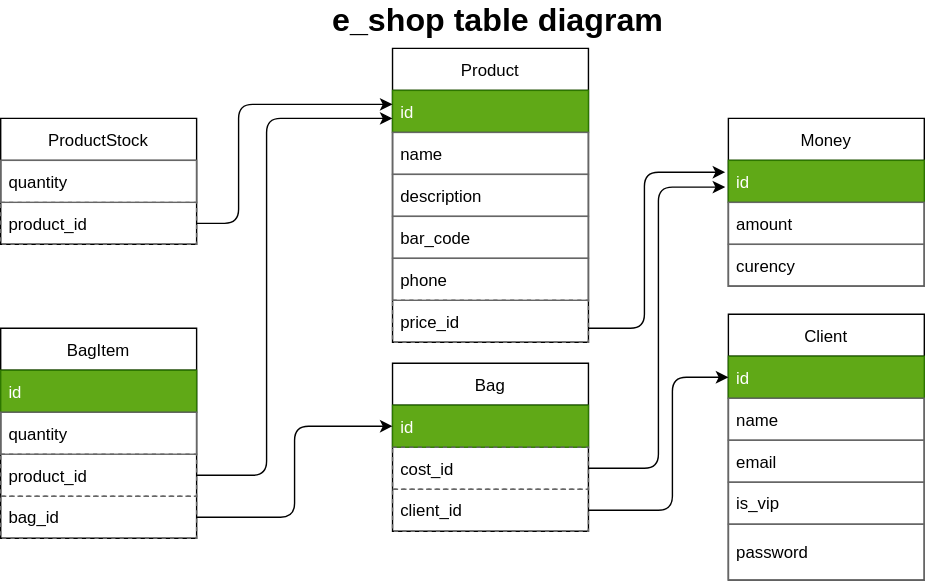
The draw.io diagram e-shop/overview/img1.drawio.svg in Staver37/Django, before a commit. Source tidied: cells renumbered, new cells last; positions are measured from the earlier drawing's top-left corner, leaving out a move shared by most shapes. The source it was exported from:
```xml
<mxGraphModel background="#ffffff">
  <root>
    <mxCell id="0" />
    <mxCell id="1" parent="0" />
    <mxCell id="2" value="BagItem" style="swimlane;fontStyle=0;horizontal=1;startSize=30;swimlaneFillColor=default;" parent="1" vertex="1">
      <mxGeometry y="230" width="140" height="150" as="geometry" />
    </mxCell>
    <mxCell id="3" value="id" style="text;strokeColor=#2D7600;fillColor=#60a917;align=left;verticalAlign=middle;spacingLeft=4;spacingRight=4;overflow=hidden;fontColor=#ffffff;" parent="2" vertex="1">
      <mxGeometry y="30" width="140" height="30" as="geometry" />
    </mxCell>
    <mxCell id="4" value="quantity" style="text;strokeColor=#666666;fillColor=none;align=left;verticalAlign=middle;spacingLeft=4;spacingRight=4;overflow=hidden;" parent="2" vertex="1">
      <mxGeometry y="60" width="140" height="30" as="geometry" />
    </mxCell>
    <mxCell id="5" value="product_id" style="text;strokeColor=#666666;fillColor=none;align=left;verticalAlign=middle;spacingLeft=4;spacingRight=4;overflow=hidden;points=[[0,0.5],[1,0.5]];portConstraint=eastwest;dashed=1;" parent="2" vertex="1">
      <mxGeometry y="90" width="140" height="30" as="geometry" />
    </mxCell>
    <mxCell id="6" value="bag_id" style="text;strokeColor=#666666;fillColor=none;align=left;verticalAlign=middle;spacingLeft=4;spacingRight=4;overflow=hidden;dashed=1;" parent="2" vertex="1">
      <mxGeometry y="120" width="140" height="30" as="geometry" />
    </mxCell>
    <mxCell id="7" value="ProductStock" style="swimlane;fontStyle=0;horizontal=1;startSize=30;swimlaneFillColor=default;" parent="1" vertex="1">
      <mxGeometry y="80" width="140" height="90" as="geometry" />
    </mxCell>
    <mxCell id="8" value="quantity" style="text;strokeColor=#666666;fillColor=none;align=left;verticalAlign=middle;spacingLeft=4;spacingRight=4;overflow=hidden;" parent="7" vertex="1">
      <mxGeometry y="30" width="140" height="30" as="geometry" />
    </mxCell>
    <mxCell id="9" value="product_id" style="text;strokeColor=#666666;fillColor=none;align=left;verticalAlign=middle;spacingLeft=4;spacingRight=4;overflow=hidden;points=[[0,0.5],[1,0.5]];portConstraint=eastwest;dashed=1;" parent="7" vertex="1">
      <mxGeometry y="60" width="140" height="30" as="geometry" />
    </mxCell>
    <mxCell id="10" value="Product" style="swimlane;fontStyle=0;horizontal=1;startSize=30;gradientColor=none;swimlaneFillColor=default;" parent="1" vertex="1">
      <mxGeometry x="280" y="30" width="140" height="210" as="geometry" />
    </mxCell>
    <mxCell id="11" value="id" style="text;strokeColor=#2D7600;fillColor=#60a917;align=left;verticalAlign=middle;spacingLeft=4;spacingRight=4;overflow=hidden;points=[[0,0.5],[1,0.5]];portConstraint=eastwest;fontColor=#ffffff;" parent="10" vertex="1">
      <mxGeometry y="30" width="140" height="30" as="geometry" />
    </mxCell>
    <mxCell id="12" value="name" style="text;strokeColor=#666666;fillColor=none;align=left;verticalAlign=middle;spacingLeft=4;spacingRight=4;overflow=hidden;" parent="10" vertex="1">
      <mxGeometry y="60" width="140" height="30" as="geometry" />
    </mxCell>
    <mxCell id="13" value="description" style="text;strokeColor=#666666;fillColor=none;align=left;verticalAlign=middle;spacingLeft=4;spacingRight=4;overflow=hidden;" parent="10" vertex="1">
      <mxGeometry y="90" width="140" height="30" as="geometry" />
    </mxCell>
    <mxCell id="14" value="bar_code" style="text;strokeColor=#666666;fillColor=none;align=left;verticalAlign=middle;spacingLeft=4;spacingRight=4;overflow=hidden;" parent="10" vertex="1">
      <mxGeometry y="120" width="140" height="30" as="geometry" />
    </mxCell>
    <mxCell id="15" value="phone" style="text;strokeColor=#666666;fillColor=none;align=left;verticalAlign=middle;spacingLeft=4;spacingRight=4;overflow=hidden;" parent="10" vertex="1">
      <mxGeometry y="150" width="140" height="30" as="geometry" />
    </mxCell>
    <mxCell id="16" value="price_id" style="text;strokeColor=#666666;fillColor=none;align=left;verticalAlign=middle;spacingLeft=4;spacingRight=4;overflow=hidden;points=[[0,0.5],[1,0.5]];portConstraint=eastwest;dashed=1;" parent="10" vertex="1">
      <mxGeometry y="180" width="140" height="30" as="geometry" />
    </mxCell>
    <mxCell id="17" value="Money" style="swimlane;fontStyle=0;horizontal=1;startSize=30;swimlaneFillColor=default;" parent="1" vertex="1">
      <mxGeometry x="520" y="80" width="140" height="120" as="geometry" />
    </mxCell>
    <mxCell id="18" value="id" style="text;strokeColor=#2D7600;fillColor=#60a917;align=left;verticalAlign=middle;spacingLeft=4;spacingRight=4;overflow=hidden;points=[[0,0.5],[1,0.5]];portConstraint=eastwest;fontColor=#ffffff;" parent="17" vertex="1">
      <mxGeometry y="30" width="140" height="30" as="geometry" />
    </mxCell>
    <mxCell id="19" value="amount" style="text;strokeColor=#666666;fillColor=none;align=left;verticalAlign=middle;spacingLeft=4;spacingRight=4;overflow=hidden;" parent="17" vertex="1">
      <mxGeometry y="60" width="140" height="30" as="geometry" />
    </mxCell>
    <mxCell id="20" value="curency" style="text;strokeColor=#666666;fillColor=none;align=left;verticalAlign=middle;spacingLeft=4;spacingRight=4;overflow=hidden;" parent="17" vertex="1">
      <mxGeometry y="90" width="140" height="30" as="geometry" />
    </mxCell>
    <mxCell id="21" value="Client" style="swimlane;fontStyle=0;horizontal=1;startSize=30;swimlaneFillColor=default;" parent="1" vertex="1">
      <mxGeometry x="520" y="220" width="140" height="190" as="geometry" />
    </mxCell>
    <mxCell id="22" value="id" style="text;strokeColor=#2D7600;fillColor=#60a917;align=left;verticalAlign=middle;spacingLeft=4;spacingRight=4;overflow=hidden;points=[[0,0.5],[1,0.5]];portConstraint=eastwest;fontColor=#ffffff;" parent="21" vertex="1">
      <mxGeometry y="30" width="140" height="30" as="geometry" />
    </mxCell>
    <mxCell id="23" value="name" style="text;strokeColor=#666666;fillColor=none;align=left;verticalAlign=middle;spacingLeft=4;spacingRight=4;overflow=hidden;" parent="21" vertex="1">
      <mxGeometry y="60" width="140" height="30" as="geometry" />
    </mxCell>
    <mxCell id="24" value="email" style="text;strokeColor=#666666;fillColor=none;align=left;verticalAlign=middle;spacingLeft=4;spacingRight=4;overflow=hidden;" parent="21" vertex="1">
      <mxGeometry y="90" width="140" height="30" as="geometry" />
    </mxCell>
    <mxCell id="25" value="is_vip" style="text;strokeColor=#666666;fillColor=none;align=left;verticalAlign=middle;spacingLeft=4;spacingRight=4;overflow=hidden;" parent="21" vertex="1">
      <mxGeometry y="120" width="140" height="30" as="geometry" />
    </mxCell>
    <mxCell id="26" value="password" style="text;strokeColor=#666666;fillColor=none;align=left;verticalAlign=middle;spacingLeft=4;spacingRight=4;overflow=hidden;" parent="21" vertex="1">
      <mxGeometry y="150" width="140" height="40" as="geometry" />
    </mxCell>
    <mxCell id="27" value="Bag" style="swimlane;fontStyle=0;horizontal=1;startSize=30;swimlaneFillColor=default;" parent="1" vertex="1">
      <mxGeometry x="280" y="255" width="140" height="120" as="geometry" />
    </mxCell>
    <mxCell id="28" value="id" style="text;strokeColor=#2D7600;fillColor=#60a917;align=left;verticalAlign=middle;spacingLeft=4;spacingRight=4;overflow=hidden;points=[[0,0.5],[1,0.5]];portConstraint=eastwest;fontColor=#ffffff;" parent="27" vertex="1">
      <mxGeometry y="30" width="140" height="30" as="geometry" />
    </mxCell>
    <mxCell id="29" value="cost_id" style="text;strokeColor=#666666;fillColor=none;align=left;verticalAlign=middle;spacingLeft=4;spacingRight=4;overflow=hidden;points=[[0,0.5],[1,0.5]];portConstraint=eastwest;labelBackgroundColor=none;dashed=1;" parent="27" vertex="1">
      <mxGeometry y="60" width="140" height="30" as="geometry" />
    </mxCell>
    <mxCell id="30" value="client_id" style="text;strokeColor=#666666;fillColor=none;align=left;verticalAlign=middle;spacingLeft=4;spacingRight=4;overflow=hidden;points=[[0,0.5],[1,0.5]];portConstraint=eastwest;dashed=1;" parent="27" vertex="1">
      <mxGeometry y="90" width="140" height="30" as="geometry" />
    </mxCell>
    <mxCell id="31" style="edgeStyle=elbowEdgeStyle;elbow=horizontal;endArrow=classic;html=1;entryX=0;entryY=0.333;entryDx=0;entryDy=0;entryPerimeter=0;" parent="1" edge="1" source="9" target="11">
      <mxGeometry relative="1" as="geometry">
        <Array as="points">
          <mxPoint x="170" y="110" />
        </Array>
      </mxGeometry>
    </mxCell>
    <mxCell id="32" style="edgeStyle=elbowEdgeStyle;elbow=horizontal;endArrow=classic;html=1;exitX=1;exitY=0.5;exitDx=0;exitDy=0;entryX=0;entryY=0.667;entryDx=0;entryDy=0;entryPerimeter=0;" parent="1" edge="1" source="5" target="11">
      <mxGeometry relative="1" as="geometry">
        <Array as="points">
          <mxPoint x="190" y="190" />
          <mxPoint x="200" y="5" />
        </Array>
      </mxGeometry>
    </mxCell>
    <mxCell id="33" style="edgeStyle=elbowEdgeStyle;elbow=horizontal;endArrow=classic;html=1;entryX=0;entryY=0.5;entryDx=0;entryDy=0;" parent="1" edge="1" source="30" target="22">
      <mxGeometry relative="1" as="geometry">
        <Array as="points">
          <mxPoint x="480" y="310" />
        </Array>
      </mxGeometry>
    </mxCell>
    <mxCell id="34" style="edgeStyle=elbowEdgeStyle;elbow=horizontal;endArrow=classic;html=1;entryX=0;entryY=0.5;entryDx=0;entryDy=0;" parent="1" edge="1" target="28">
      <mxGeometry relative="1" as="geometry">
        <mxPoint x="140" y="365" as="sourcePoint" />
      </mxGeometry>
    </mxCell>
    <mxCell id="35" value="&lt;b&gt;&lt;font style=&quot;font-size: 23px&quot;&gt;e_shop table diagram&lt;/font&gt;&lt;/b&gt;" style="text;html=1;align=center;verticalAlign=middle;labelBorderColor=none;labelBackgroundColor=none;fillColor=default;" parent="1" vertex="1">
      <mxGeometry x="230" width="250" height="20" as="geometry" />
    </mxCell>
    <mxCell id="36" style="edgeStyle=elbowEdgeStyle;elbow=horizontal;endArrow=classic;html=1;entryX=-0.016;entryY=0.282;entryDx=0;entryDy=0;entryPerimeter=0;" parent="1" edge="1" target="18">
      <mxGeometry relative="1" as="geometry">
        <mxPoint x="420" y="230" as="sourcePoint" />
        <Array as="points">
          <mxPoint x="460" y="150" />
        </Array>
      </mxGeometry>
    </mxCell>
    <mxCell id="37" style="edgeStyle=elbowEdgeStyle;elbow=horizontal;endArrow=classic;html=1;entryX=-0.016;entryY=0.637;entryDx=0;entryDy=0;entryPerimeter=0;" parent="1" edge="1" target="18">
      <mxGeometry relative="1" as="geometry">
        <mxPoint x="420" y="330" as="sourcePoint" />
        <Array as="points">
          <mxPoint x="470" y="210" />
        </Array>
      </mxGeometry>
    </mxCell>
  </root>
</mxGraphModel>
```
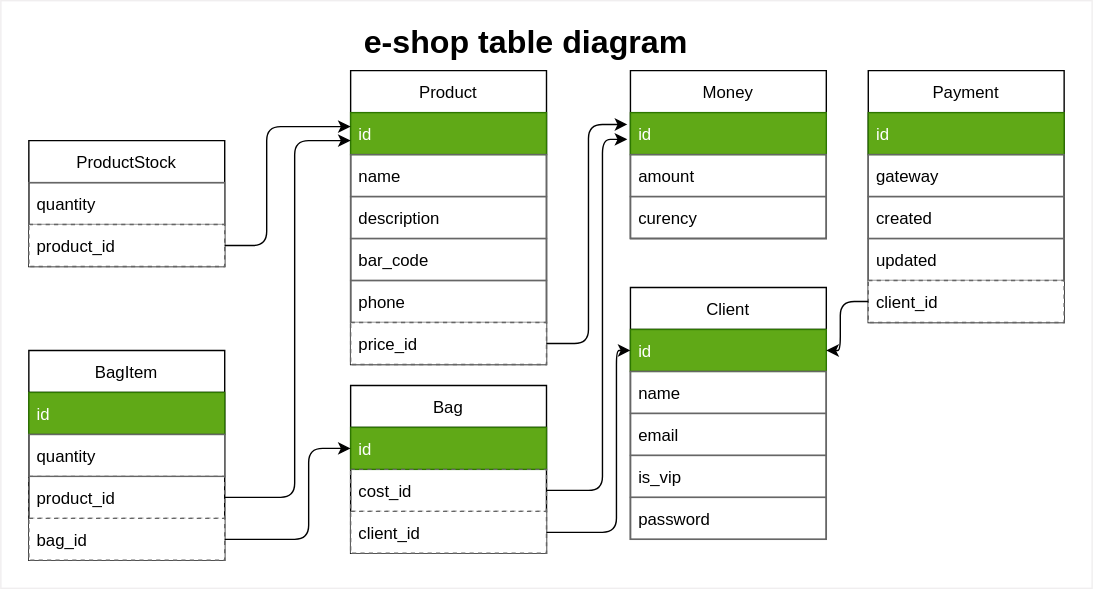
The same diagram one commit later.

Diff of the diagram source:
```diff
@@ -14,7 +14,7 @@
     <mxCell id="5" value="product_id" style="text;strokeColor=#666666;fillColor=none;align=left;verticalAlign=middle;spacingLeft=4;spacingRight=4;overflow=hidden;points=[[0,0.5],[1,0.5]];portConstraint=eastwest;dashed=1;" parent="2" vertex="1">
       <mxGeometry y="90" width="140" height="30" as="geometry" />
     </mxCell>
-    <mxCell id="6" value="bag_id" style="text;strokeColor=#666666;fillColor=none;align=left;verticalAlign=middle;spacingLeft=4;spacingRight=4;overflow=hidden;dashed=1;" parent="2" vertex="1">
+    <mxCell id="6" value="bag_id" style="text;strokeColor=#666666;fillColor=default;align=left;verticalAlign=middle;spacingLeft=4;spacingRight=4;overflow=hidden;dashed=1;" parent="2" vertex="1">
       <mxGeometry y="120" width="140" height="30" as="geometry" />
     </mxCell>
     <mxCell id="7" value="ProductStock" style="swimlane;fontStyle=0;horizontal=1;startSize=30;swimlaneFillColor=default;" parent="1" vertex="1">
@@ -23,11 +23,11 @@
     <mxCell id="8" value="quantity" style="text;strokeColor=#666666;fillColor=none;align=left;verticalAlign=middle;spacingLeft=4;spacingRight=4;overflow=hidden;" parent="7" vertex="1">
       <mxGeometry y="30" width="140" height="30" as="geometry" />
     </mxCell>
-    <mxCell id="9" value="product_id" style="text;strokeColor=#666666;fillColor=none;align=left;verticalAlign=middle;spacingLeft=4;spacingRight=4;overflow=hidden;points=[[0,0.5],[1,0.5]];portConstraint=eastwest;dashed=1;" parent="7" vertex="1">
+    <mxCell id="9" value="product_id" style="text;strokeColor=#666666;fillColor=default;align=left;verticalAlign=middle;spacingLeft=4;spacingRight=4;overflow=hidden;points=[[0,0.5],[1,0.5]];portConstraint=eastwest;dashed=1;" parent="7" vertex="1">
       <mxGeometry y="60" width="140" height="30" as="geometry" />
     </mxCell>
     <mxCell id="10" value="Product" style="swimlane;fontStyle=0;horizontal=1;startSize=30;gradientColor=none;swimlaneFillColor=default;" parent="1" vertex="1">
-      <mxGeometry x="280" y="30" width="140" height="210" as="geometry" />
+      <mxGeometry x="230" y="30" width="140" height="210" as="geometry" />
     </mxCell>
     <mxCell id="11" value="id" style="text;strokeColor=#2D7600;fillColor=#60a917;align=left;verticalAlign=middle;spacingLeft=4;spacingRight=4;overflow=hidden;points=[[0,0.5],[1,0.5]];portConstraint=eastwest;fontColor=#ffffff;" parent="10" vertex="1">
       <mxGeometry y="30" width="140" height="30" as="geometry" />
@@ -44,11 +44,11 @@
     <mxCell id="15" value="phone" style="text;strokeColor=#666666;fillColor=none;align=left;verticalAlign=middle;spacingLeft=4;spacingRight=4;overflow=hidden;" parent="10" vertex="1">
       <mxGeometry y="150" width="140" height="30" as="geometry" />
     </mxCell>
-    <mxCell id="16" value="price_id" style="text;strokeColor=#666666;fillColor=none;align=left;verticalAlign=middle;spacingLeft=4;spacingRight=4;overflow=hidden;points=[[0,0.5],[1,0.5]];portConstraint=eastwest;dashed=1;" parent="10" vertex="1">
+    <mxCell id="16" value="price_id" style="text;strokeColor=#666666;fillColor=default;align=left;verticalAlign=middle;spacingLeft=4;spacingRight=4;overflow=hidden;points=[[0,0.5],[1,0.5]];portConstraint=eastwest;dashed=1;" parent="10" vertex="1">
       <mxGeometry y="180" width="140" height="30" as="geometry" />
     </mxCell>
     <mxCell id="17" value="Money" style="swimlane;fontStyle=0;horizontal=1;startSize=30;swimlaneFillColor=default;" parent="1" vertex="1">
-      <mxGeometry x="520" y="80" width="140" height="120" as="geometry" />
+      <mxGeometry x="430" y="30" width="140" height="120" as="geometry" />
     </mxCell>
     <mxCell id="18" value="id" style="text;strokeColor=#2D7600;fillColor=#60a917;align=left;verticalAlign=middle;spacingLeft=4;spacingRight=4;overflow=hidden;points=[[0,0.5],[1,0.5]];portConstraint=eastwest;fontColor=#ffffff;" parent="17" vertex="1">
       <mxGeometry y="30" width="140" height="30" as="geometry" />
@@ -60,7 +60,7 @@
       <mxGeometry y="90" width="140" height="30" as="geometry" />
     </mxCell>
     <mxCell id="21" value="Client" style="swimlane;fontStyle=0;horizontal=1;startSize=30;swimlaneFillColor=default;" parent="1" vertex="1">
-      <mxGeometry x="520" y="220" width="140" height="190" as="geometry" />
+      <mxGeometry x="430" y="185" width="140" height="180" as="geometry" />
     </mxCell>
     <mxCell id="22" value="id" style="text;strokeColor=#2D7600;fillColor=#60a917;align=left;verticalAlign=middle;spacingLeft=4;spacingRight=4;overflow=hidden;points=[[0,0.5],[1,0.5]];portConstraint=eastwest;fontColor=#ffffff;" parent="21" vertex="1">
       <mxGeometry y="30" width="140" height="30" as="geometry" />
@@ -75,10 +75,10 @@
       <mxGeometry y="120" width="140" height="30" as="geometry" />
     </mxCell>
     <mxCell id="26" value="password" style="text;strokeColor=#666666;fillColor=none;align=left;verticalAlign=middle;spacingLeft=4;spacingRight=4;overflow=hidden;" parent="21" vertex="1">
-      <mxGeometry y="150" width="140" height="40" as="geometry" />
+      <mxGeometry y="150" width="140" height="30" as="geometry" />
     </mxCell>
     <mxCell id="27" value="Bag" style="swimlane;fontStyle=0;horizontal=1;startSize=30;swimlaneFillColor=default;" parent="1" vertex="1">
-      <mxGeometry x="280" y="255" width="140" height="120" as="geometry" />
+      <mxGeometry x="230" y="255" width="140" height="120" as="geometry" />
     </mxCell>
     <mxCell id="28" value="id" style="text;strokeColor=#2D7600;fillColor=#60a917;align=left;verticalAlign=middle;spacingLeft=4;spacingRight=4;overflow=hidden;points=[[0,0.5],[1,0.5]];portConstraint=eastwest;fontColor=#ffffff;" parent="27" vertex="1">
       <mxGeometry y="30" width="140" height="30" as="geometry" />
@@ -86,7 +86,7 @@
     <mxCell id="29" value="cost_id" style="text;strokeColor=#666666;fillColor=none;align=left;verticalAlign=middle;spacingLeft=4;spacingRight=4;overflow=hidden;points=[[0,0.5],[1,0.5]];portConstraint=eastwest;labelBackgroundColor=none;dashed=1;" parent="27" vertex="1">
       <mxGeometry y="60" width="140" height="30" as="geometry" />
     </mxCell>
-    <mxCell id="30" value="client_id" style="text;strokeColor=#666666;fillColor=none;align=left;verticalAlign=middle;spacingLeft=4;spacingRight=4;overflow=hidden;points=[[0,0.5],[1,0.5]];portConstraint=eastwest;dashed=1;" parent="27" vertex="1">
+    <mxCell id="30" value="client_id" style="text;strokeColor=#666666;fillColor=default;align=left;verticalAlign=middle;spacingLeft=4;spacingRight=4;overflow=hidden;points=[[0,0.5],[1,0.5]];portConstraint=eastwest;dashed=1;" parent="27" vertex="1">
       <mxGeometry y="90" width="140" height="30" as="geometry" />
     </mxCell>
     <mxCell id="31" style="edgeStyle=elbowEdgeStyle;elbow=horizontal;endArrow=classic;html=1;entryX=0;entryY=0.333;entryDx=0;entryDy=0;entryPerimeter=0;" parent="1" edge="1" source="9" target="11">
@@ -107,33 +107,62 @@
     <mxCell id="33" style="edgeStyle=elbowEdgeStyle;elbow=horizontal;endArrow=classic;html=1;entryX=0;entryY=0.5;entryDx=0;entryDy=0;" parent="1" edge="1" source="30" target="22">
       <mxGeometry relative="1" as="geometry">
         <Array as="points">
-          <mxPoint x="480" y="310" />
+          <mxPoint x="420" y="300" />
         </Array>
       </mxGeometry>
     </mxCell>
     <mxCell id="34" style="edgeStyle=elbowEdgeStyle;elbow=horizontal;endArrow=classic;html=1;entryX=0;entryY=0.5;entryDx=0;entryDy=0;" parent="1" edge="1" target="28">
       <mxGeometry relative="1" as="geometry">
         <mxPoint x="140" y="365" as="sourcePoint" />
+        <Array as="points">
+          <mxPoint x="200" y="330" />
+        </Array>
       </mxGeometry>
     </mxCell>
-    <mxCell id="35" value="&lt;b&gt;&lt;font style=&quot;font-size: 23px&quot;&gt;e_shop table diagram&lt;/font&gt;&lt;/b&gt;" style="text;html=1;align=center;verticalAlign=middle;labelBorderColor=none;labelBackgroundColor=none;fillColor=default;" parent="1" vertex="1">
+    <mxCell id="35" value="&lt;b&gt;&lt;font style=&quot;font-size: 23px&quot;&gt;e-shop table diagram&lt;/font&gt;&lt;/b&gt;" style="text;html=1;align=center;verticalAlign=middle;labelBorderColor=none;labelBackgroundColor=none;fillColor=default;" parent="1" vertex="1">
       <mxGeometry x="230" width="250" height="20" as="geometry" />
     </mxCell>
-    <mxCell id="36" style="edgeStyle=elbowEdgeStyle;elbow=horizontal;endArrow=classic;html=1;entryX=-0.016;entryY=0.282;entryDx=0;entryDy=0;entryPerimeter=0;" parent="1" edge="1" target="18">
+    <mxCell id="36" style="edgeStyle=elbowEdgeStyle;elbow=horizontal;endArrow=classic;html=1;entryX=-0.016;entryY=0.282;entryDx=0;entryDy=0;entryPerimeter=0;exitX=1;exitY=0.5;exitDx=0;exitDy=0;" parent="1" edge="1" source="16" target="18">
       <mxGeometry relative="1" as="geometry">
-        <mxPoint x="420" y="230" as="sourcePoint" />
         <Array as="points">
-          <mxPoint x="460" y="150" />
+          <mxPoint x="400" y="150" />
         </Array>
       </mxGeometry>
     </mxCell>
-    <mxCell id="37" style="edgeStyle=elbowEdgeStyle;elbow=horizontal;endArrow=classic;html=1;entryX=-0.016;entryY=0.637;entryDx=0;entryDy=0;entryPerimeter=0;" parent="1" edge="1" target="18">
+    <mxCell id="37" style="edgeStyle=elbowEdgeStyle;elbow=horizontal;endArrow=classic;html=1;entryX=-0.016;entryY=0.637;entryDx=0;entryDy=0;entryPerimeter=0;exitX=1;exitY=0.5;exitDx=0;exitDy=0;" parent="1" edge="1" source="29" target="18">
       <mxGeometry relative="1" as="geometry">
-        <mxPoint x="420" y="330" as="sourcePoint" />
         <Array as="points">
-          <mxPoint x="470" y="210" />
+          <mxPoint x="410" y="210" />
         </Array>
       </mxGeometry>
     </mxCell>
+    <mxCell id="38" value="Payment" style="swimlane;fontStyle=0;horizontal=1;startSize=30;swimlaneFillColor=default;" parent="1" vertex="1">
+      <mxGeometry x="600" y="30" width="140" height="180" as="geometry" />
+    </mxCell>
+    <mxCell id="39" value="id" style="text;strokeColor=#2D7600;fillColor=#60a917;align=left;verticalAlign=middle;spacingLeft=4;spacingRight=4;overflow=hidden;fontColor=#ffffff;" parent="38" vertex="1">
+      <mxGeometry y="30" width="140" height="30" as="geometry" />
+    </mxCell>
+    <mxCell id="40" value="gateway" style="text;strokeColor=#666666;fillColor=none;align=left;verticalAlign=middle;spacingLeft=4;spacingRight=4;overflow=hidden;" parent="38" vertex="1">
+      <mxGeometry y="60" width="140" height="30" as="geometry" />
+    </mxCell>
+    <mxCell id="41" value="created" style="text;strokeColor=#666666;fillColor=none;align=left;verticalAlign=middle;spacingLeft=4;spacingRight=4;overflow=hidden;" parent="38" vertex="1">
+      <mxGeometry y="90" width="140" height="30" as="geometry" />
+    </mxCell>
+    <mxCell id="42" value="updated" style="text;strokeColor=#666666;fillColor=none;align=left;verticalAlign=middle;spacingLeft=4;spacingRight=4;overflow=hidden;" parent="38" vertex="1">
+      <mxGeometry y="120" width="140" height="30" as="geometry" />
+    </mxCell>
+    <mxCell id="43" value="client_id" style="text;strokeColor=#666666;fillColor=default;align=left;verticalAlign=middle;spacingLeft=4;spacingRight=4;overflow=hidden;points=[[0,0.5],[1,0.5]];portConstraint=eastwest;dashed=1;" parent="38" vertex="1">
+      <mxGeometry y="150" width="140" height="30" as="geometry" />
+    </mxCell>
+    <mxCell id="44" style="edgeStyle=elbowEdgeStyle;elbow=horizontal;endArrow=classic;html=1;entryX=1;entryY=0.5;entryDx=0;entryDy=0;" parent="1" edge="1" source="43" target="22">
+      <mxGeometry relative="1" as="geometry">
+        <Array as="points">
+          <mxPoint x="580" y="195" />
+        </Array>
+      </mxGeometry>
+    </mxCell>
+    <mxCell id="45" style="rounded=0;whiteSpace=wrap;html=1;fillColor=none;strokeColor=#F0EEEF;" parent="1" vertex="1">
+      <mxGeometry x="-20" y="-20" width="780" height="420" as="geometry" />
+    </mxCell>
   </root>
 </mxGraphModel>
```
